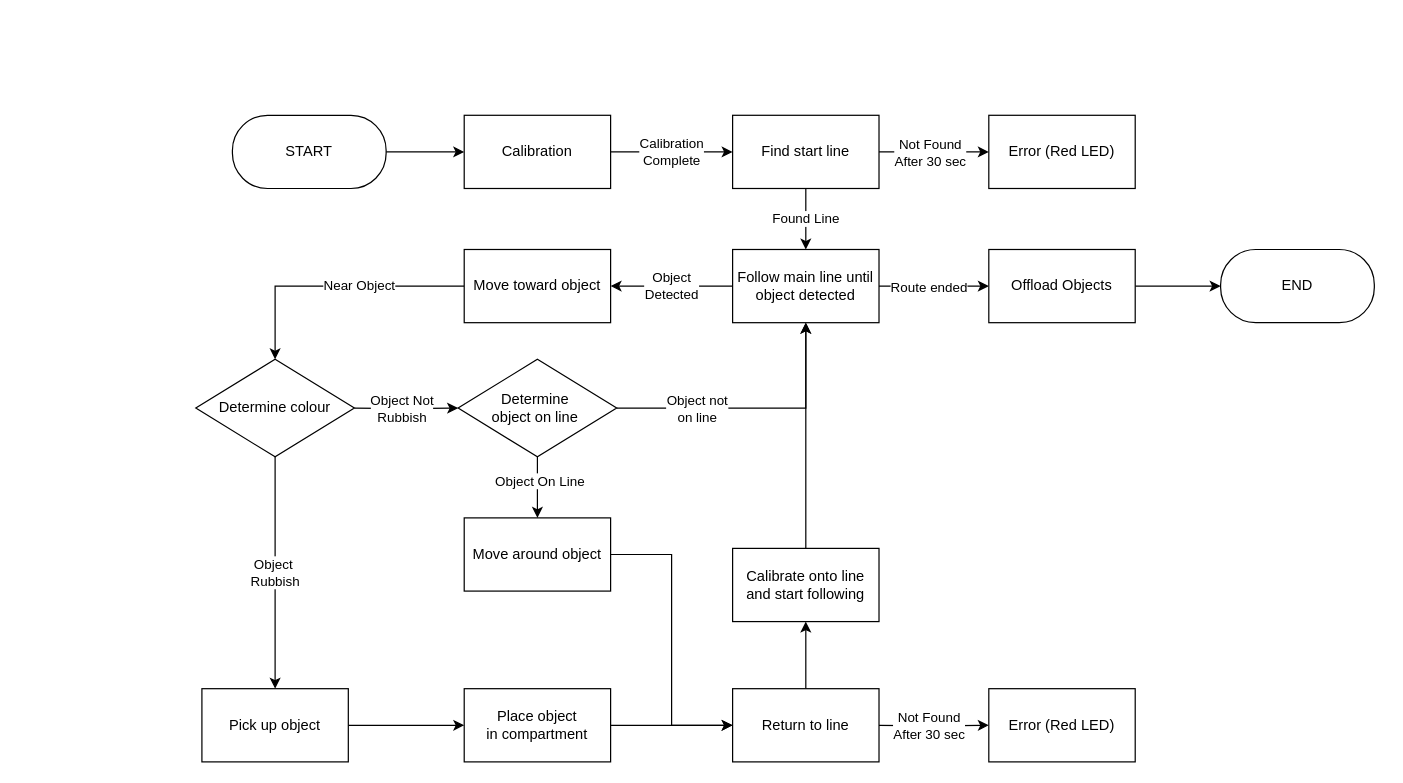
Above: documentation/electrical-flowchart/state-diagram-group2.drawio in Tottocs/System-Project-G2 (draw.io), before the change. Source tidied: cells renumbered, new cells numbered last; positions are measured from the earlier drawing's top-left corner, leaving out a move shared by most shapes. Both pictures are drawn from the tidied source at 122%, with x=0, y=0 at pixel (195, 115).
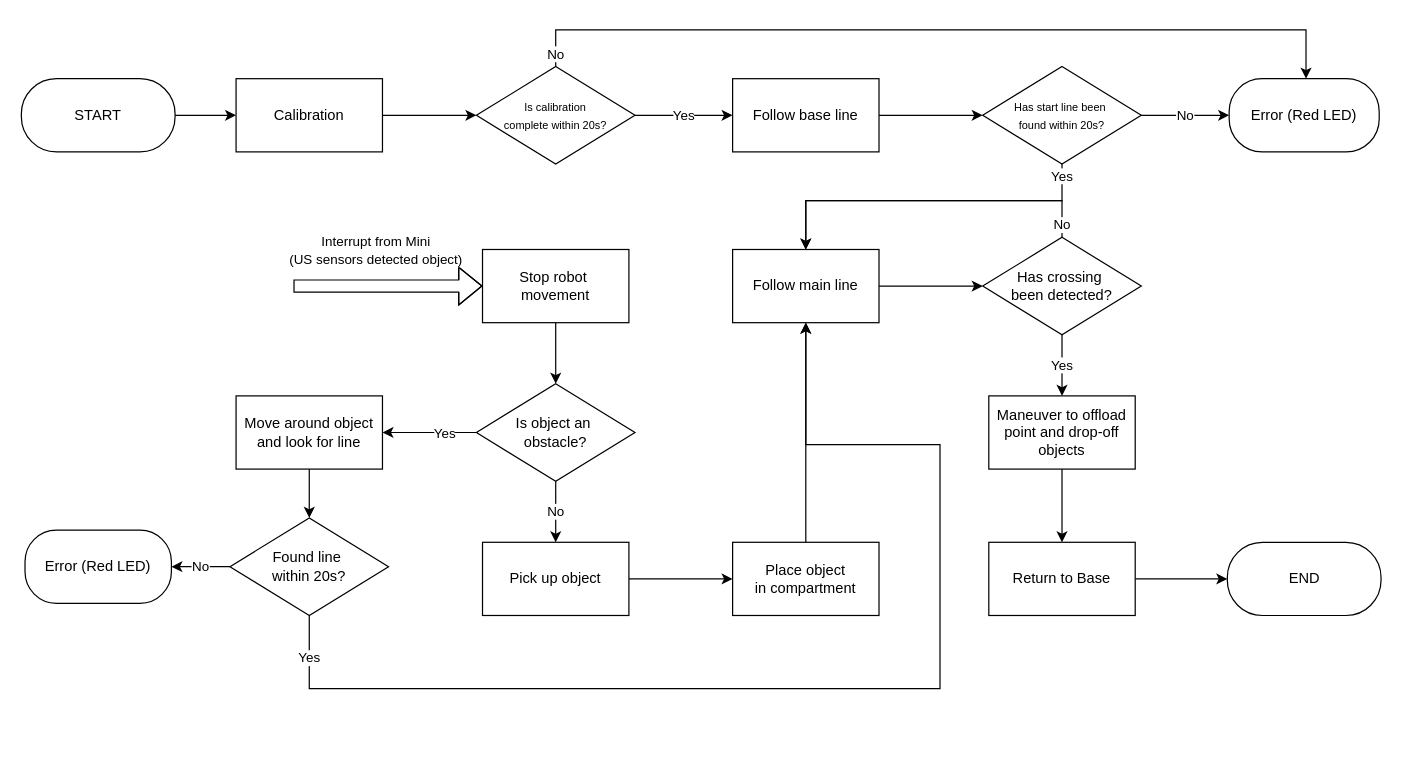
After the change.

What changed in the source:
```diff
@@
     <mxCell id="3" value="START" style="rounded=1;whiteSpace=wrap;html=1;arcSize=48;" parent="1" vertex="1">
-      <mxGeometry x="30" width="126" height="60" as="geometry" />
+      <mxGeometry x="-143" y="-30" width="126" height="60" as="geometry" />
     </mxCell>
-    <mxCell id="4" value="Calibration&lt;div&gt;Complete&lt;/div&gt;" style="edgeStyle=orthogonalEdgeStyle;rounded=0;jettySize=auto;html=1;" parent="1" edge="1" source="5" target="9">
+    <mxCell id="4" style="edgeStyle=orthogonalEdgeStyle;rounded=0;jettySize=auto;html=1;entryX=0;entryY=0.5;entryDx=0;entryDy=0;" parent="1" edge="1" source="57" target="50">
       <mxGeometry relative="1" as="geometry" />
     </mxCell>
     <mxCell id="5" value="Calibration" style="rounded=0;whiteSpace=wrap;html=1;" parent="1" vertex="1">
-      <mxGeometry x="220" width="120" height="60" as="geometry" />
+      <mxGeometry x="33" y="-30" width="120" height="60" as="geometry" />
     </mxCell>
-    <mxCell id="6" value="Found Line" style="edgeStyle=orthogonalEdgeStyle;rounded=0;jettySize=auto;html=1;" parent="1" edge="1" source="9" target="13">
-      <mxGeometry relative="1" as="geometry" />
-    </mxCell>
-    <mxCell id="7" style="edgeStyle=orthogonalEdgeStyle;curved=1;rounded=0;jettySize=auto;html=1;" parent="1" edge="1" source="9" target="24">
+    <mxCell id="7" value="No" style="edgeStyle=orthogonalEdgeStyle;curved=1;rounded=0;jettySize=auto;html=1;exitX=1;exitY=0.5;exitDx=0;exitDy=0;" parent="1" edge="1" source="50" target="24">
       <mxGeometry relative="1" as="geometry" />
     </mxCell>
-    <mxCell id="8" value="Not Found&lt;div&gt;After 30 sec&lt;/div&gt;" style="edgeLabel;html=1;align=center;verticalAlign=middle;" parent="7" vertex="1">
-      <mxGeometry x="0.15" y="2" relative="1" as="geometry">
-        <mxPoint x="-11" y="2" as="offset" />
-      </mxGeometry>
-    </mxCell>
-    <mxCell id="9" value="Find start line" style="rounded=0;whiteSpace=wrap;html=1;" parent="1" vertex="1">
-      <mxGeometry x="440" width="120" height="60" as="geometry" />
-    </mxCell>
-    <mxCell id="10" value="Object&lt;div&gt;Detected&lt;/div&gt;" style="edgeStyle=orthogonalEdgeStyle;rounded=0;jettySize=auto;html=1;" parent="1" edge="1" source="13" target="15">
-      <mxGeometry relative="1" as="geometry" />
-    </mxCell>
-    <mxCell id="11" style="edgeStyle=orthogonalEdgeStyle;curved=1;rounded=0;jettySize=auto;html=1;" parent="1" edge="1" source="13" target="26">
+    <mxCell id="11" value="Yes" style="edgeStyle=orthogonalEdgeStyle;curved=1;rounded=0;jettySize=auto;html=1;exitX=0.5;exitY=1;exitDx=0;exitDy=0;" parent="1" edge="1" source="55" target="26">
       <mxGeometry relative="1" as="geometry" />
     </mxCell>
-    <mxCell id="12" value="Route ended" style="edgeLabel;html=1;align=center;verticalAlign=middle;" parent="11" vertex="1">
-      <mxGeometry x="0.21" y="-1" relative="1" as="geometry">
-        <mxPoint x="-14" y="-1" as="offset" />
-      </mxGeometry>
-    </mxCell>
+    <mxCell id="42" style="edgeStyle=orthogonalEdgeStyle;rounded=0;jettySize=auto;html=1;" parent="1" edge="1" source="13" target="55">
+      <mxGeometry relative="1" as="geometry" />
+    </mxCell>
-    <mxCell id="13" value="Follow main line until object detected" style="rounded=0;whiteSpace=wrap;html=1;" parent="1" vertex="1">
+    <mxCell id="13" value="Follow main line" style="rounded=0;whiteSpace=wrap;html=1;" parent="1" vertex="1">
       <mxGeometry x="440" y="110" width="120" height="60" as="geometry" />
     </mxCell>
-    <mxCell id="14" value="Near Object" style="edgeStyle=orthogonalEdgeStyle;rounded=0;jettySize=auto;html=1;" parent="1" edge="1" source="15" target="17">
+    <mxCell id="14" style="edgeStyle=orthogonalEdgeStyle;rounded=0;jettySize=auto;html=1;exitX=0.5;exitY=1;exitDx=0;exitDy=0;" parent="1" edge="1" source="15" target="17">
       <mxGeometry x="-0.2" relative="1" as="geometry">
         <Array as="points">
-          <mxPoint x="65" y="140" />
+          <mxPoint x="295" y="190" />
+          <mxPoint x="295" y="190" />
         </Array>
       </mxGeometry>
     </mxCell>
+    <mxCell id="43" style="edgeStyle=orthogonalEdgeStyle;rounded=0;jettySize=auto;html=1;strokeColor=default;shape=flexArrow;startArrow=classic;startFill=1;endArrow=none;endFill=0;" parent="1" edge="1" source="15">
+      <mxGeometry relative="1" as="geometry">
+        <mxPoint x="80" y="140" as="targetPoint" />
+      </mxGeometry>
+    </mxCell>
+    <mxCell id="44" value="Interrupt from Mini&amp;nbsp;&lt;div&gt;(US sensors detected object)&amp;nbsp;&lt;/div&gt;" style="edgeLabel;html=1;align=center;verticalAlign=middle;" parent="43" vertex="1">
+      <mxGeometry x="-0.02" y="-2" relative="1" as="geometry">
+        <mxPoint x="-11" y="-28" as="offset" />
+      </mxGeometry>
+    </mxCell>
-    <mxCell id="15" value="Move toward object" style="rounded=0;whiteSpace=wrap;html=1;" parent="1" vertex="1">
-      <mxGeometry x="220" y="110" width="120" height="60" as="geometry" />
+    <mxCell id="15" value="Stop robot&amp;nbsp;&lt;div&gt;movement&lt;/div&gt;" style="rounded=0;whiteSpace=wrap;html=1;" parent="1" vertex="1">
+      <mxGeometry x="235" y="110" width="120" height="60" as="geometry" />
     </mxCell>
-    <mxCell id="16" value="Object&amp;nbsp;&lt;div&gt;Rubbish&lt;/div&gt;" style="edgeStyle=orthogonalEdgeStyle;rounded=0;jettySize=auto;html=1;" parent="1" edge="1" source="17" target="23">
+    <mxCell id="16" value="No" style="edgeStyle=orthogonalEdgeStyle;rounded=0;jettySize=auto;html=1;" parent="1" edge="1" source="17" target="23">
       <mxGeometry relative="1" as="geometry" />
     </mxCell>
-    <mxCell id="17" value="Determine colour" style="rhombus;whiteSpace=wrap;html=1;" parent="1" vertex="1">
-      <mxGeometry y="200" width="130" height="80" as="geometry" />
+    <mxCell id="17" value="Is object an&amp;nbsp;&lt;div&gt;obstacle?&lt;/div&gt;" style="rhombus;whiteSpace=wrap;html=1;" parent="1" vertex="1">
+      <mxGeometry x="230" y="220" width="130" height="80" as="geometry" />
     </mxCell>
-    <mxCell id="18" style="edgeStyle=orthogonalEdgeStyle;rounded=0;jettySize=auto;html=1;" parent="1" edge="1" source="19" target="21">
-      <mxGeometry relative="1" as="geometry" />
-    </mxCell>
-    <mxCell id="19" value="Return to line" style="rounded=0;whiteSpace=wrap;html=1;" parent="1" vertex="1">
-      <mxGeometry x="440" y="470" width="120" height="60" as="geometry" />
-    </mxCell>
-    <mxCell id="20" style="edgeStyle=orthogonalEdgeStyle;rounded=0;jettySize=auto;html=1;" parent="1" edge="1" source="21" target="13">
-      <mxGeometry relative="1" as="geometry" />
+    <mxCell id="20" style="edgeStyle=orthogonalEdgeStyle;rounded=0;jettySize=auto;html=1;exitX=0.5;exitY=0;exitDx=0;exitDy=0;" parent="1" edge="1" source="29" target="13">
+      <mxGeometry relative="1" as="geometry">
+        <Array as="points">
+          <mxPoint x="500" y="310" />
+          <mxPoint x="500" y="310" />
+        </Array>
+      </mxGeometry>
     </mxCell>
-    <mxCell id="21" value="Calibrate onto line and start following" style="rounded=0;whiteSpace=wrap;html=1;" parent="1" vertex="1">
-      <mxGeometry x="440" y="355" width="120" height="60" as="geometry" />
-    </mxCell>
@@
     <mxCell id="23" value="Pick up object" style="rounded=0;whiteSpace=wrap;html=1;" parent="1" vertex="1">
-      <mxGeometry x="5" y="470" width="120" height="60" as="geometry" />
+      <mxGeometry x="235" y="350" width="120" height="60" as="geometry" />
     </mxCell>
-    <mxCell id="24" value="Error (Red LED)" style="rounded=0;whiteSpace=wrap;html=1;" parent="1" vertex="1">
-      <mxGeometry x="650" width="120" height="60" as="geometry" />
+    <mxCell id="24" value="Error (Red LED)" style="rounded=1;whiteSpace=wrap;html=1;perimeterSpacing=0;arcSize=45;" parent="1" vertex="1">
+      <mxGeometry x="847" y="-30" width="123" height="60" as="geometry" />
     </mxCell>
-    <mxCell id="25" style="edgeStyle=orthogonalEdgeStyle;curved=1;rounded=0;jettySize=auto;html=1;" parent="1" edge="1" source="26" target="27">
-      <mxGeometry relative="1" as="geometry" />
-    </mxCell>
+    <mxCell id="45" style="edgeStyle=orthogonalEdgeStyle;rounded=0;jettySize=auto;html=1;" parent="1" edge="1" source="26" target="48">
+      <mxGeometry relative="1" as="geometry" />
+    </mxCell>
-    <mxCell id="26" value="Offload Objects" style="rounded=0;whiteSpace=wrap;html=1;" parent="1" vertex="1">
-      <mxGeometry x="650" y="110" width="120" height="60" as="geometry" />
+    <mxCell id="26" value="Maneuver to offload point and drop-off objects" style="rounded=0;whiteSpace=wrap;html=1;" parent="1" vertex="1">
+      <mxGeometry x="650" y="230" width="120" height="60" as="geometry" />
     </mxCell>
     <mxCell id="27" value="END" style="rounded=1;whiteSpace=wrap;html=1;arcSize=48;" parent="1" vertex="1">
-      <mxGeometry x="840" y="110" width="126" height="60" as="geometry" />
+      <mxGeometry x="845.5" y="350" width="126" height="60" as="geometry" />
     </mxCell>
-    <mxCell id="28" style="edgeStyle=orthogonalEdgeStyle;rounded=0;jettySize=auto;html=1;" parent="1" edge="1" source="29" target="19">
-      <mxGeometry relative="1" as="geometry" />
-    </mxCell>
     <mxCell id="29" value="Place object&lt;div&gt;in compartment&lt;/div&gt;" style="whiteSpace=wrap;html=1;rounded=0;" parent="1" vertex="1">
-      <mxGeometry x="220" y="470" width="120" height="60" as="geometry" />
+      <mxGeometry x="440" y="350" width="120" height="60" as="geometry" />
     </mxCell>
-    <mxCell id="30" style="edgeStyle=orthogonalEdgeStyle;rounded=0;jettySize=auto;html=1;entryX=0;entryY=0.5;entryDx=0;entryDy=0;" parent="1" edge="1" target="38">
-      <mxGeometry relative="1" as="geometry">
-        <mxPoint x="130" y="240" as="sourcePoint" />
-      </mxGeometry>
+    <mxCell id="30" style="edgeStyle=orthogonalEdgeStyle;rounded=0;jettySize=auto;html=1;entryX=1;entryY=0.5;entryDx=0;entryDy=0;exitX=0;exitY=0.5;exitDx=0;exitDy=0;" parent="1" edge="1" source="17" target="33">
+      <mxGeometry relative="1" as="geometry" />
     </mxCell>
-    <mxCell id="31" value="Object Not&lt;div&gt;Rubbish&lt;/div&gt;" style="edgeLabel;html=1;align=center;verticalAlign=middle;" parent="30" vertex="1">
+    <mxCell id="31" value="Yes" style="edgeLabel;html=1;align=center;verticalAlign=middle;" parent="30" vertex="1">
       <mxGeometry x="-0.71" y="-1" relative="1" as="geometry">
-        <mxPoint x="27" y="-1" as="offset" />
+        <mxPoint x="-16" y="1" as="offset" />
       </mxGeometry>
     </mxCell>
-    <mxCell id="32" style="edgeStyle=orthogonalEdgeStyle;rounded=0;jettySize=auto;html=1;" parent="1" edge="1" source="33" target="19">
-      <mxGeometry relative="1" as="geometry">
-        <Array as="points">
-          <mxPoint x="390" y="360" />
-          <mxPoint x="390" y="500" />
-        </Array>
-      </mxGeometry>
-    </mxCell>
+    <mxCell id="46" style="edgeStyle=orthogonalEdgeStyle;rounded=0;jettySize=auto;html=1;" parent="1" edge="1" source="33">
+      <mxGeometry relative="1" as="geometry">
+        <mxPoint x="93" y="330" as="targetPoint" />
+      </mxGeometry>
+    </mxCell>
-    <mxCell id="33" value="Move around object" style="rounded=0;whiteSpace=wrap;html=1;" parent="1" vertex="1">
-      <mxGeometry x="220" y="330" width="120" height="60" as="geometry" />
+    <mxCell id="33" value="Move around object and look for line" style="rounded=0;whiteSpace=wrap;html=1;" parent="1" vertex="1">
+      <mxGeometry x="33" y="230" width="120" height="60" as="geometry" />
     </mxCell>
-    <mxCell id="34" style="edgeStyle=orthogonalEdgeStyle;rounded=0;jettySize=auto;html=1;" parent="1" edge="1" source="38" target="33">
-      <mxGeometry relative="1" as="geometry" />
-    </mxCell>
-    <mxCell id="35" value="Object On Line" style="edgeLabel;html=1;align=center;verticalAlign=middle;" parent="34" vertex="1">
-      <mxGeometry x="-0.24" y="1" relative="1" as="geometry" />
-    </mxCell>
-    <mxCell id="36" style="edgeStyle=orthogonalEdgeStyle;rounded=0;jettySize=auto;html=1;" parent="1" edge="1" source="38">
-      <mxGeometry relative="1" as="geometry">
-        <mxPoint x="500" y="170" as="targetPoint" />
-        <Array as="points">
-          <mxPoint x="500" y="240" />
-          <mxPoint x="500" y="170" />
-        </Array>
-      </mxGeometry>
-    </mxCell>
-    <mxCell id="37" value="Object not&lt;div&gt;on line&lt;/div&gt;" style="edgeLabel;html=1;align=center;verticalAlign=middle;" parent="36" vertex="1">
-      <mxGeometry x="-0.72" y="1" relative="1" as="geometry">
-        <mxPoint x="33" y="1" as="offset" />
-      </mxGeometry>
-    </mxCell>
-    <mxCell id="38" value="Determine&amp;nbsp;&lt;div&gt;object&amp;nbsp;&lt;span style=&quot;background-color: transparent; color: light-dark(rgb(0, 0, 0), rgb(255, 255, 255));&quot;&gt;on line&amp;nbsp;&lt;/span&gt;&lt;/div&gt;" style="rhombus;whiteSpace=wrap;html=1;" parent="1" vertex="1">
-      <mxGeometry x="215" y="200" width="130" height="80" as="geometry" />
-    </mxCell>
-    <mxCell id="39" style="edgeStyle=orthogonalEdgeStyle;curved=1;rounded=0;jettySize=auto;html=1;" parent="1" edge="1" target="41">
-      <mxGeometry relative="1" as="geometry">
-        <mxPoint x="560" y="500" as="sourcePoint" />
-      </mxGeometry>
-    </mxCell>
-    <mxCell id="40" value="Not Found&lt;div&gt;After 30 sec&lt;/div&gt;" style="edgeLabel;html=1;align=center;verticalAlign=middle;" parent="39" vertex="1">
-      <mxGeometry x="0.15" y="2" relative="1" as="geometry">
-        <mxPoint x="-11" y="2" as="offset" />
-      </mxGeometry>
-    </mxCell>
-    <mxCell id="41" value="Error (Red LED)" style="rounded=0;whiteSpace=wrap;html=1;" parent="1" vertex="1">
-      <mxGeometry x="650" y="470" width="120" height="60" as="geometry" />
+    <mxCell id="41" value="Error (Red LED)" style="rounded=1;whiteSpace=wrap;html=1;arcSize=43;" parent="1" vertex="1">
+      <mxGeometry x="-140" y="340" width="120" height="60" as="geometry" />
     </mxCell>
+    <mxCell id="47" style="edgeStyle=orthogonalEdgeStyle;rounded=0;jettySize=auto;html=1;" parent="1" edge="1" source="48" target="27">
+      <mxGeometry relative="1" as="geometry" />
+    </mxCell>
+    <mxCell id="48" value="Return to Base" style="rounded=0;whiteSpace=wrap;html=1;" parent="1" vertex="1">
+      <mxGeometry x="650" y="350" width="120" height="60" as="geometry" />
+    </mxCell>
+    <mxCell id="49" value="Yes" style="edgeStyle=orthogonalEdgeStyle;rounded=0;jettySize=auto;html=1;exitX=0.5;exitY=1;exitDx=0;exitDy=0;entryX=0.5;entryY=0;entryDx=0;entryDy=0;" parent="1" edge="1" source="50" target="13">
+      <mxGeometry x="-0.93" relative="1" as="geometry">
+        <Array as="points">
+          <mxPoint x="710" y="70" />
+          <mxPoint x="500" y="70" />
+        </Array>
+      </mxGeometry>
+    </mxCell>
+    <mxCell id="50" value="&lt;font style=&quot;font-size: 9px;&quot;&gt;Has start line been&amp;nbsp;&lt;/font&gt;&lt;div&gt;&lt;font style=&quot;font-size: 9px;&quot;&gt;found within&amp;nbsp;&lt;/font&gt;&lt;span style=&quot;font-size: 9px; background-color: transparent; color: light-dark(rgb(0, 0, 0), rgb(255, 255, 255));&quot;&gt;20s?&lt;/span&gt;&lt;/div&gt;" style="rhombus;whiteSpace=wrap;html=1;" parent="1" vertex="1">
+      <mxGeometry x="645" y="-40" width="130" height="80" as="geometry" />
+    </mxCell>
+    <mxCell id="51" value="Yes" style="edgeStyle=orthogonalEdgeStyle;rounded=0;jettySize=auto;html=1;" parent="1" edge="1" source="53">
+      <mxGeometry x="-0.93" relative="1" as="geometry">
+        <mxPoint x="500" y="170" as="targetPoint" />
+        <Array as="points">
+          <mxPoint x="93" y="470" />
+          <mxPoint x="610" y="470" />
+          <mxPoint x="610" y="270" />
+          <mxPoint x="500" y="270" />
+        </Array>
+      </mxGeometry>
+    </mxCell>
+    <mxCell id="52" value="No" style="edgeStyle=orthogonalEdgeStyle;rounded=0;jettySize=auto;html=1;" parent="1" edge="1" source="53" target="41">
+      <mxGeometry relative="1" as="geometry" />
+    </mxCell>
+    <mxCell id="53" value="Found line&amp;nbsp;&lt;div&gt;within&amp;nbsp;&lt;span style=&quot;background-color: transparent; color: light-dark(rgb(0, 0, 0), rgb(255, 255, 255));&quot;&gt;20s?&lt;/span&gt;&lt;/div&gt;" style="rhombus;whiteSpace=wrap;html=1;direction=west;" parent="1" vertex="1">
+      <mxGeometry x="28" y="330" width="130" height="80" as="geometry" />
+    </mxCell>
+    <mxCell id="54" value="No" style="edgeStyle=orthogonalEdgeStyle;rounded=0;jettySize=auto;html=1;entryX=0.5;entryY=0;entryDx=0;entryDy=0;" parent="1" edge="1" source="55" target="13">
+      <mxGeometry x="-0.93" relative="1" as="geometry">
+        <Array as="points">
+          <mxPoint x="710" y="70" />
+          <mxPoint x="500" y="70" />
+        </Array>
+      </mxGeometry>
+    </mxCell>
+    <mxCell id="55" value="Has crossing&amp;nbsp;&lt;div&gt;been detected?&lt;/div&gt;" style="rhombus;whiteSpace=wrap;html=1;" parent="1" vertex="1">
+      <mxGeometry x="645" y="100" width="130" height="80" as="geometry" />
+    </mxCell>
+    <mxCell id="56" value="Yes" style="edgeStyle=orthogonalEdgeStyle;rounded=0;jettySize=auto;html=1;entryX=0;entryY=0.5;entryDx=0;entryDy=0;" parent="1" edge="1" source="60" target="57">
+      <mxGeometry relative="1" as="geometry" />
+    </mxCell>
+    <mxCell id="57" value="Follow base line" style="rounded=0;whiteSpace=wrap;html=1;" parent="1" vertex="1">
+      <mxGeometry x="440" y="-30" width="120" height="60" as="geometry" />
+    </mxCell>
+    <mxCell id="58" style="edgeStyle=orthogonalEdgeStyle;rounded=0;jettySize=auto;html=1;entryX=0;entryY=0.5;entryDx=0;entryDy=0;" parent="1" edge="1" source="5" target="60">
+      <mxGeometry relative="1" as="geometry" />
+    </mxCell>
+    <mxCell id="59" value="No" style="edgeStyle=orthogonalEdgeStyle;rounded=0;jettySize=auto;html=1;exitX=0.5;exitY=0;exitDx=0;exitDy=0;" parent="1" edge="1" source="60">
+      <mxGeometry x="-0.97" relative="1" as="geometry">
+        <mxPoint x="910" y="-30" as="targetPoint" />
+        <Array as="points">
+          <mxPoint x="295" y="-70" />
+          <mxPoint x="910" y="-70" />
+        </Array>
+      </mxGeometry>
+    </mxCell>
+    <mxCell id="60" value="&lt;font style=&quot;font-size: 9px;&quot;&gt;Is calibration complete&amp;nbsp;&lt;/font&gt;&lt;font style=&quot;background-color: transparent; color: light-dark(rgb(0, 0, 0), rgb(255, 255, 255)); font-size: 9px;&quot;&gt;within&amp;nbsp;&lt;/font&gt;&lt;span style=&quot;background-color: transparent; color: light-dark(rgb(0, 0, 0), rgb(255, 255, 255)); font-size: 9px;&quot;&gt;20s?&lt;/span&gt;" style="rhombus;whiteSpace=wrap;html=1;" parent="1" vertex="1">
+      <mxGeometry x="230" y="-40" width="130" height="80" as="geometry" />
+    </mxCell>
```
